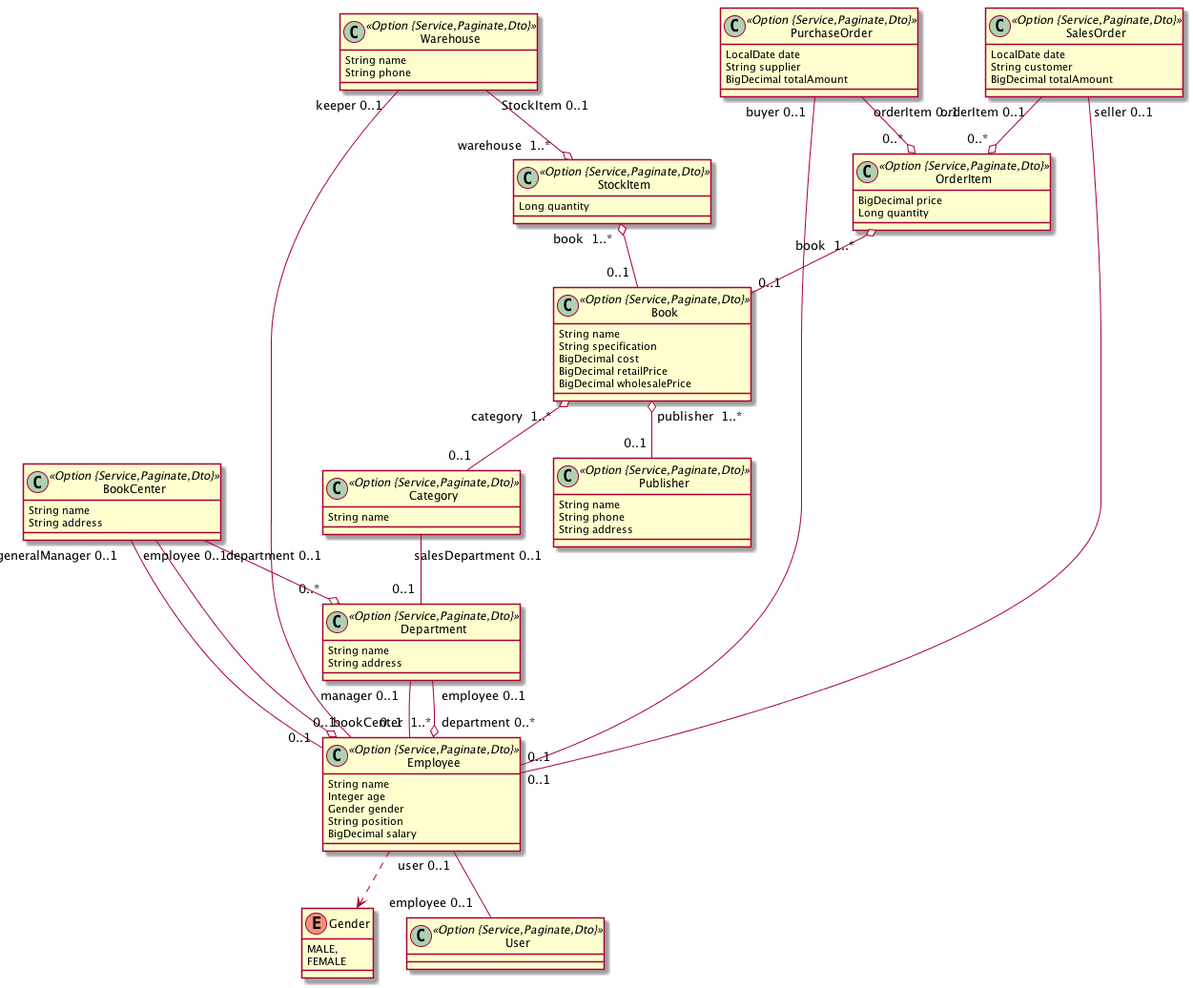
Above: BookCenter.png in henryL1N/bookcenter (PlantUML), before the change. Source of this version:
```plantuml
@startuml
	!pragma syntax class
	class Book <<Option {Service,Paginate,Dto}>> {
		String name
		String specification
		BigDecimal cost
		BigDecimal retailPrice
		BigDecimal wholesalePrice
	}
	class BookCenter <<Option {Service,Paginate,Dto}>> {
		String name
		String address
	}
	class Category <<Option {Service,Paginate,Dto}>> {
		String name
	}
	class Department <<Option {Service,Paginate,Dto}>> {
		String name
		String address
	}
	class Employee <<Option {Service,Paginate,Dto}>> {
		String name
		Integer age
		Gender gender
		String position
		BigDecimal salary
	}
	Employee ..> Gender
	enum Gender {
		MALE,
		FEMALE
	}
	class Publisher <<Option {Service,Paginate,Dto}>> {
		String name
		String phone
		String address
	}
	class StockItem <<Option {Service,Paginate,Dto}>> {
		Long quantity
	}
	class Warehouse <<Option {Service,Paginate,Dto}>> {
		String name
		String phone
	}
	class PurchaseOrder <<Option {Service,Paginate,Dto}>> {
		LocalDate date
		String supplier
		BigDecimal totalAmount
	}
	class SalesOrder <<Option {Service,Paginate,Dto}>> {
		LocalDate date
		String customer
		BigDecimal totalAmount
	}
	class OrderItem <<Option {Service,Paginate,Dto}>> {
		BigDecimal price
		Long quantity
	}
	BookCenter  "generalManager 0..1 " -- "0..1 "  Employee
	Category  "salesDepartment 0..1 " -- "0..1 "  Department
	Department  "manager 0..1 " -- "0..1 "  Employee
	Employee  "user 0..1 " -- "employee 0..1 "  User
	Warehouse  "keeper 0..1 " -- "0..1 "  Employee
	PurchaseOrder  "buyer 0..1 " -- "0..1 "  Employee
	SalesOrder  "seller 0..1 " -- "0..1 "  Employee
	BookCenter  "department 0..1 " --o "0..* "  Department
	BookCenter  "employee 0..1 " --o "bookCenter  1..* "  Employee
	Department  "employee 0..1 " --o "department 0..* "  Employee
	PurchaseOrder  "orderItem 0..1 " --o "0..* "  OrderItem
	Warehouse  "StockItem 0..1 " --o "warehouse  1..* "  StockItem
	SalesOrder  "orderItem 0..1 " --o "0..* "  OrderItem
	OrderItem  "book  1..* " o-- "0..1 "  Book
	StockItem  "book  1..* " o-- "0..1 "  Book
	Book  "publisher  1..* " o-- "0..1 "  Publisher
	Book  "category  1..* " o-- "0..1 "  Category
	class User <<Option {Service,Paginate,Dto}>> {
	}
@enduml
```
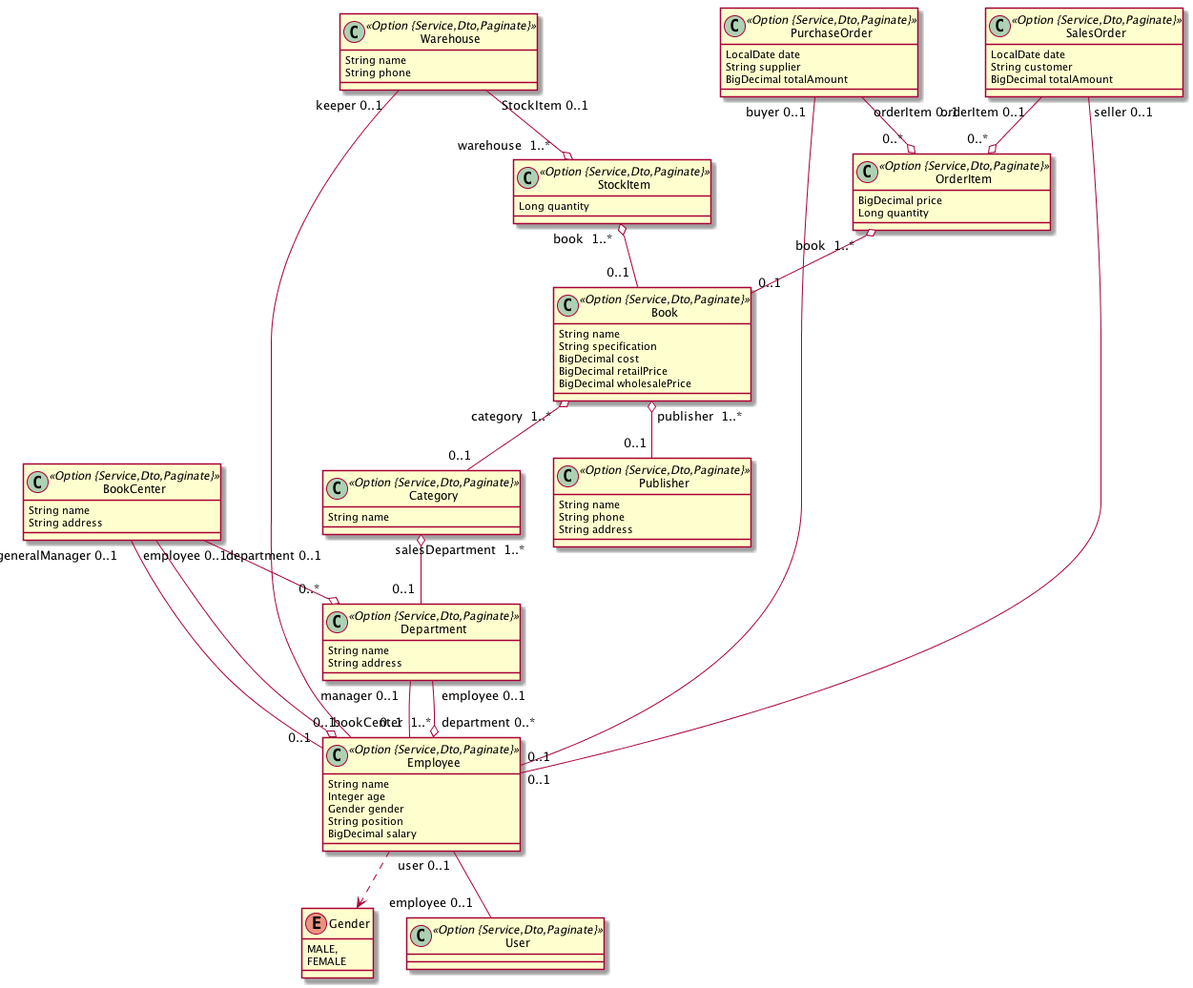
After the commit.

What changed in the source:
```diff
@@ -1,24 +1,24 @@
 @startuml
 	!pragma syntax class
-	class Book <<Option {Service,Paginate,Dto}>> {
+	class Book <<Option {Service,Dto,Paginate}>> {
 		String name
 		String specification
 		BigDecimal cost
 		BigDecimal retailPrice
 		BigDecimal wholesalePrice
 	}
-	class BookCenter <<Option {Service,Paginate,Dto}>> {
+	class BookCenter <<Option {Service,Dto,Paginate}>> {
 		String name
 		String address
 	}
-	class Category <<Option {Service,Paginate,Dto}>> {
+	class Category <<Option {Service,Dto,Paginate}>> {
 		String name
 	}
-	class Department <<Option {Service,Paginate,Dto}>> {
+	class Department <<Option {Service,Dto,Paginate}>> {
 		String name
 		String address
 	}
-	class Employee <<Option {Service,Paginate,Dto}>> {
+	class Employee <<Option {Service,Dto,Paginate}>> {
 		String name
 		Integer age
 		Gender gender
@@ -30,34 +30,33 @@
 		MALE,
 		FEMALE
 	}
-	class Publisher <<Option {Service,Paginate,Dto}>> {
+	class Publisher <<Option {Service,Dto,Paginate}>> {
 		String name
 		String phone
 		String address
 	}
-	class StockItem <<Option {Service,Paginate,Dto}>> {
+	class StockItem <<Option {Service,Dto,Paginate}>> {
 		Long quantity
 	}
-	class Warehouse <<Option {Service,Paginate,Dto}>> {
+	class Warehouse <<Option {Service,Dto,Paginate}>> {
 		String name
 		String phone
 	}
-	class PurchaseOrder <<Option {Service,Paginate,Dto}>> {
+	class PurchaseOrder <<Option {Service,Dto,Paginate}>> {
 		LocalDate date
 		String supplier
 		BigDecimal totalAmount
 	}
-	class SalesOrder <<Option {Service,Paginate,Dto}>> {
+	class SalesOrder <<Option {Service,Dto,Paginate}>> {
 		LocalDate date
 		String customer
 		BigDecimal totalAmount
 	}
-	class OrderItem <<Option {Service,Paginate,Dto}>> {
+	class OrderItem <<Option {Service,Dto,Paginate}>> {
 		BigDecimal price
 		Long quantity
 	}
 	BookCenter  "generalManager 0..1 " -- "0..1 "  Employee
-	Category  "salesDepartment 0..1 " -- "0..1 "  Department
 	Department  "manager 0..1 " -- "0..1 "  Employee
 	Employee  "user 0..1 " -- "employee 0..1 "  User
 	Warehouse  "keeper 0..1 " -- "0..1 "  Employee
@@ -69,10 +68,11 @@
 	PurchaseOrder  "orderItem 0..1 " --o "0..* "  OrderItem
 	Warehouse  "StockItem 0..1 " --o "warehouse  1..* "  StockItem
 	SalesOrder  "orderItem 0..1 " --o "0..* "  OrderItem
+	Category  "salesDepartment  1..* " o-- "0..1 "  Department
 	OrderItem  "book  1..* " o-- "0..1 "  Book
 	StockItem  "book  1..* " o-- "0..1 "  Book
 	Book  "publisher  1..* " o-- "0..1 "  Publisher
 	Book  "category  1..* " o-- "0..1 "  Category
-	class User <<Option {Service,Paginate,Dto}>> {
+	class User <<Option {Service,Dto,Paginate}>> {
 	}
 @enduml
```
